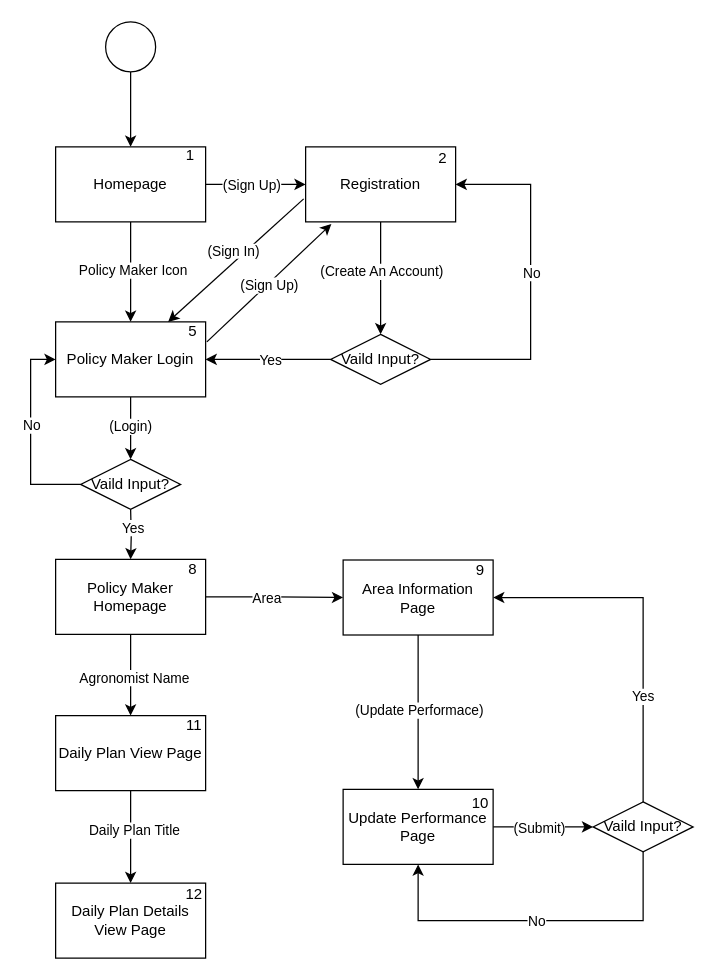
ictar/DREAM-SE2-Project-2022 keeps this draw.io diagram as page "Policy Maker" (2 of 3) of DD/diagrams/webapp flow diagrams.drawio. Above is the earlier version. Source tidied: cells renumbered, new cells numbered last; positions are measured from the earlier drawing's top-left corner, leaving out a move shared by most shapes. Both pictures are drawn from the tidied source at 125%, with x=0, y=0 at pixel (30, 21).
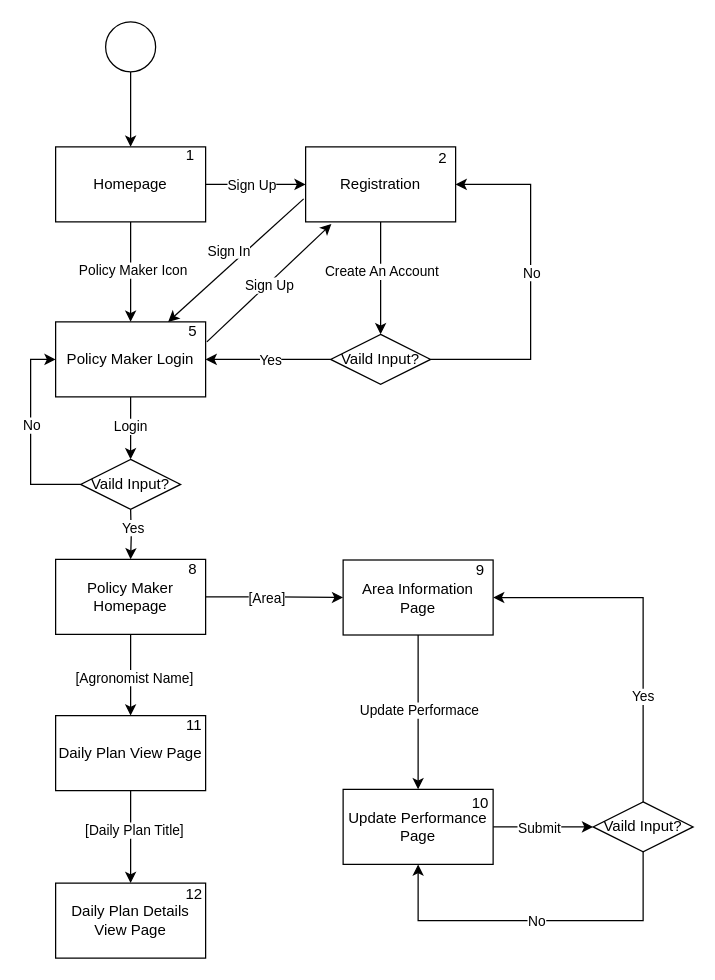
After the change.

The change refers to these unchanged cells:
```xml
<mxCell id="2" style="edgeStyle=orthogonalEdgeStyle;rounded=0;jettySize=auto;html=1;" parent="1" edge="1" source="4">
  <mxGeometry relative="1" as="geometry">
    <mxPoint x="80" y="350" as="targetPoint" />
  </mxGeometry>
</mxCell>
<mxCell id="7" style="edgeStyle=orthogonalEdgeStyle;rounded=0;jettySize=auto;html=1;" parent="1" edge="1" source="11" target="16">
  <mxGeometry relative="1" as="geometry" />
</mxCell>
<mxCell id="12" style="edgeStyle=orthogonalEdgeStyle;rounded=0;jettySize=auto;html=1;" parent="1" edge="1" source="16">
  <mxGeometry relative="1" as="geometry">
    <mxPoint x="280" y="250" as="targetPoint" />
  </mxGeometry>
</mxCell>
<mxCell id="20" style="edgeStyle=orthogonalEdgeStyle;rounded=0;jettySize=auto;html=1;strokeColor=#000000;" parent="1" edge="1" source="24" target="31">
  <mxGeometry relative="1" as="geometry" />
</mxCell>
<mxCell id="22" style="edgeStyle=orthogonalEdgeStyle;rounded=0;jettySize=auto;html=1;strokeColor=#000000;" parent="1" edge="1" source="24" target="34">
  <mxGeometry relative="1" as="geometry" />
</mxCell>
<mxCell id="29" style="edgeStyle=orthogonalEdgeStyle;rounded=0;jettySize=auto;html=1;strokeColor=#000000;entryX=0.5;entryY=0;entryDx=0;entryDy=0;" parent="1" edge="1" source="31" target="44">
  <mxGeometry relative="1" as="geometry" />
</mxCell>
<mxCell id="32" style="edgeStyle=orthogonalEdgeStyle;rounded=0;jettySize=auto;html=1;strokeColor=#000000;" parent="1" edge="1" source="34" target="35">
  <mxGeometry relative="1" as="geometry" />
</mxCell>
```

What changed in the source:
```diff
@@
-    <mxCell id="3" value="(Login)" style="edgeLabel;html=1;align=center;verticalAlign=middle;" parent="2" vertex="1">
+    <mxCell id="3" value="Login" style="edgeLabel;html=1;align=center;verticalAlign=middle;" parent="2" vertex="1">
       <mxGeometry x="-0.24" y="-1" relative="1" as="geometry">
         <mxPoint y="4" as="offset" />
       </mxGeometry>
     </mxCell>
@@
-    <mxCell id="8" value="(Sign Up)" style="edgeLabel;html=1;align=center;verticalAlign=middle;" parent="7" vertex="1">
+    <mxCell id="8" value="Sign Up" style="edgeLabel;html=1;align=center;verticalAlign=middle;" parent="7" vertex="1">
       <mxGeometry x="-0.1" y="-3" relative="1" as="geometry">
         <mxPoint y="-3" as="offset" />
       </mxGeometry>
     </mxCell>
@@
-    <mxCell id="13" value="(Create An Account)" style="edgeLabel;html=1;align=center;verticalAlign=middle;" parent="12" vertex="1">
+    <mxCell id="13" value="Create An Account" style="edgeLabel;html=1;align=center;verticalAlign=middle;" parent="12" vertex="1">
       <mxGeometry x="-0.3" relative="1" as="geometry">
         <mxPoint y="7" as="offset" />
       </mxGeometry>
     </mxCell>
@@
-    <mxCell id="21" value="Area" style="edgeLabel;html=1;align=center;verticalAlign=middle;" parent="20" vertex="1">
+    <mxCell id="21" value="[Area]" style="edgeLabel;html=1;align=center;verticalAlign=middle;" parent="20" vertex="1">
       <mxGeometry x="-0.14" relative="1" as="geometry" />
     </mxCell>
@@
-    <mxCell id="23" value="Agronomist Name" style="edgeLabel;html=1;align=center;verticalAlign=middle;" parent="22" vertex="1">
+    <mxCell id="23" value="[Agronomist Name]" style="edgeLabel;html=1;align=center;verticalAlign=middle;" parent="22" vertex="1">
       <mxGeometry x="0.08" y="2" relative="1" as="geometry">
         <mxPoint y="-1" as="offset" />
       </mxGeometry>
     </mxCell>
@@
-    <mxCell id="30" value="(Update Performace)" style="edgeLabel;html=1;align=center;verticalAlign=middle;" parent="29" vertex="1">
+    <mxCell id="30" value="Update Performace" style="edgeLabel;html=1;align=center;verticalAlign=middle;" parent="29" vertex="1">
       <mxGeometry x="-0.03" relative="1" as="geometry" />
     </mxCell>
@@
-    <mxCell id="33" value="Daily Plan Title" style="edgeLabel;html=1;align=center;verticalAlign=middle;" parent="32" vertex="1">
+    <mxCell id="33" value="[Daily Plan Title]" style="edgeLabel;html=1;align=center;verticalAlign=middle;" parent="32" vertex="1">
       <mxGeometry x="0.07" y="2" relative="1" as="geometry">
         <mxPoint y="-9" as="offset" />
       </mxGeometry>
     </mxCell>
@@
-    <mxCell id="53" value="(Submit)" style="edgeLabel;html=1;align=center;verticalAlign=middle;" parent="1" vertex="1">
+    <mxCell id="53" value="Submit" style="edgeLabel;html=1;align=center;verticalAlign=middle;" parent="1" vertex="1">
       <mxGeometry x="412" y="650" as="geometry">
         <mxPoint x="-6" y="-6" as="offset" />
       </mxGeometry>
     </mxCell>
@@
-    <mxCell id="55" value="(Sign Up)" style="edgeLabel;html=1;align=center;verticalAlign=middle;" parent="1" vertex="1">
+    <mxCell id="55" value="Sign Up" style="edgeLabel;html=1;align=center;verticalAlign=middle;" parent="1" vertex="1">
       <mxGeometry x="190" y="210" as="geometry" />
     </mxCell>
-    <mxCell id="56" value="&lt;span style=&quot;color: rgb(0 , 0 , 0) ; font-family: &amp;#34;helvetica&amp;#34; ; font-size: 11px ; font-style: normal ; font-weight: 400 ; letter-spacing: normal ; text-align: center ; text-indent: 0px ; text-transform: none ; word-spacing: 0px ; background-color: rgb(255 , 255 , 255) ; display: inline ; float: none&quot;&gt;(Sign In)&lt;/span&gt;" style="text;whiteSpace=wrap;html=1;" parent="1" vertex="1">
+    <mxCell id="56" value="&lt;span style=&quot;color: rgb(0 , 0 , 0) ; font-family: &amp;#34;helvetica&amp;#34; ; font-size: 11px ; font-style: normal ; font-weight: 400 ; letter-spacing: normal ; text-align: center ; text-indent: 0px ; text-transform: none ; word-spacing: 0px ; background-color: rgb(255 , 255 , 255) ; display: inline ; float: none&quot;&gt;Sign In&lt;/span&gt;" style="text;whiteSpace=wrap;html=1;" parent="1" vertex="1">
       <mxGeometry x="140" y="170" width="70" height="30" as="geometry" />
     </mxCell>
```
